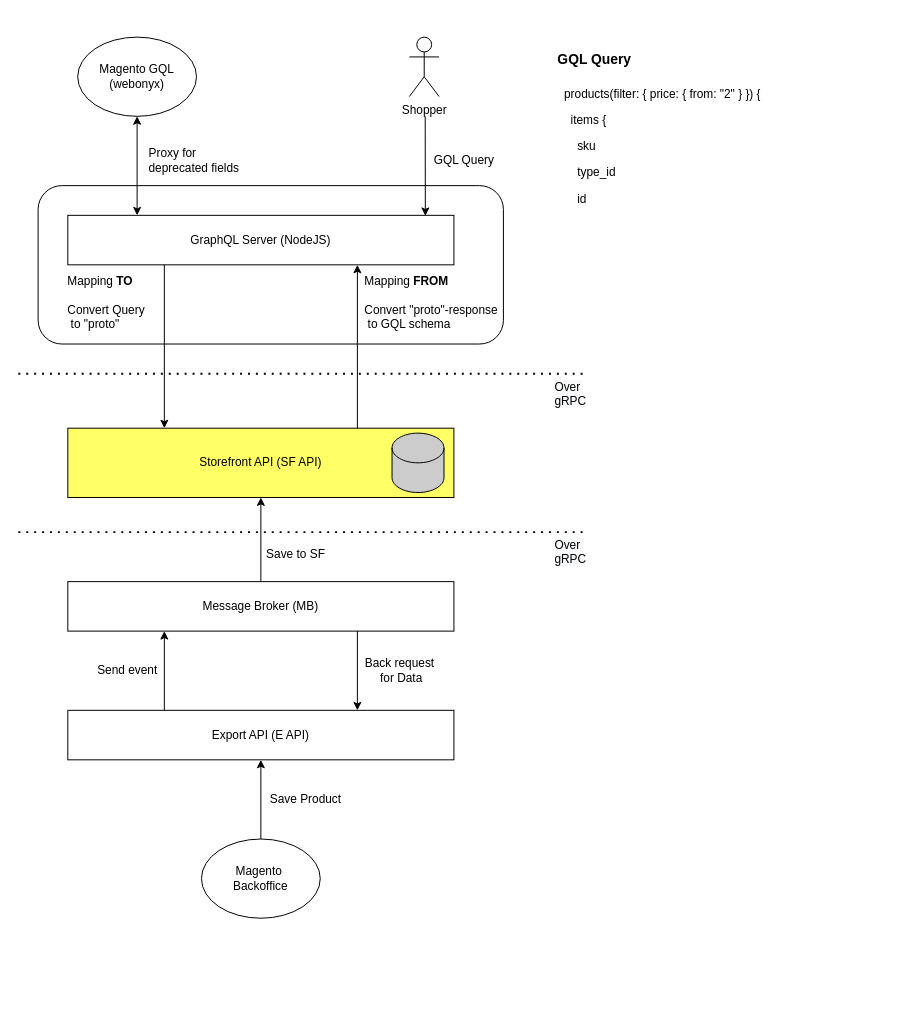
This is design-documents/graph-ql/storefront-services-diagram.drawio from mslabko/architecture, a draw.io file, before an edit. Source tidied: cells renumbered, new cells numbered last; positions are measured from the earlier drawing's top-left corner, leaving out a move shared by most shapes. Both pictures are drawn from the tidied source at 99%, with x=0, y=0 at pixel (18, 37).
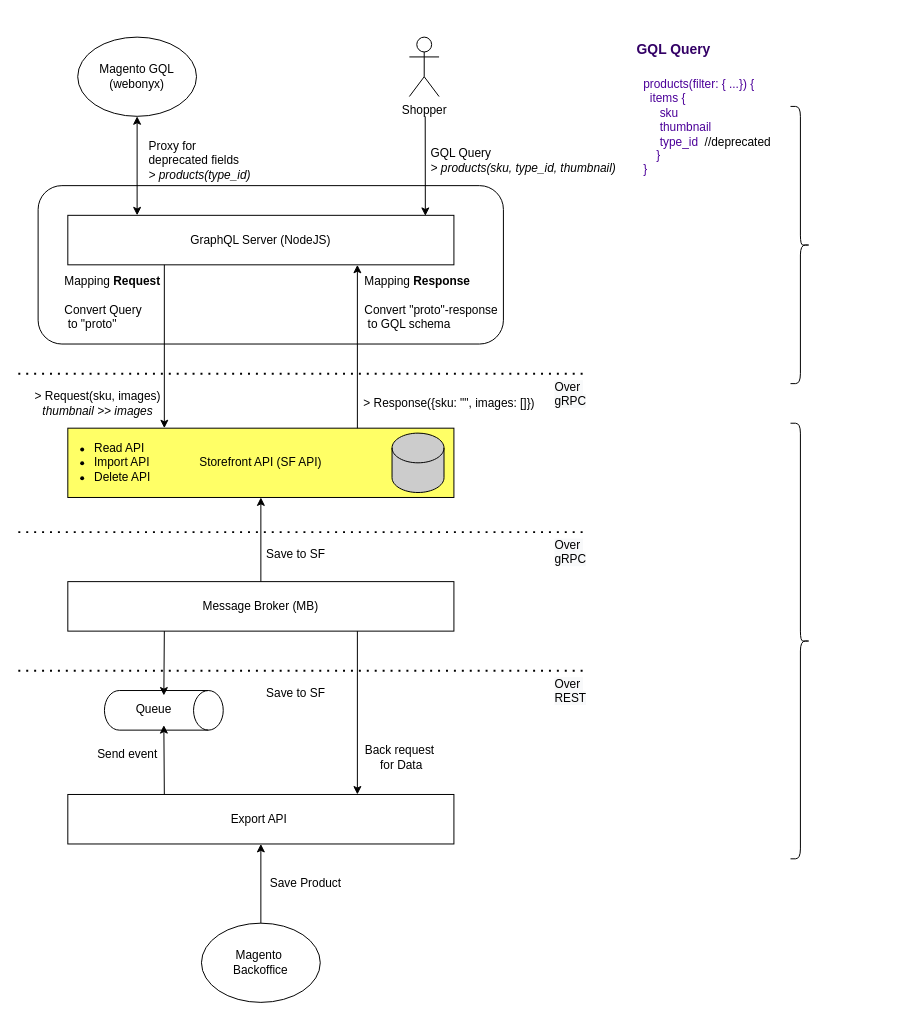
After the change.

Unchanged cells that the change refers to:
```xml
<mxCell id="5" value="Message Broker (MB)" style="rounded=0;whiteSpace=wrap;html=1;" parent="1" vertex="1">
  <mxGeometry x="50" y="550" width="390" height="50" as="geometry" />
</mxCell>
<mxCell id="28" style="group;" parent="1" vertex="1">
  <mxGeometry y="340" width="600" height="40" as="geometry" />
</mxCell>
```

The edit, as a diff of the source:
```diff
@@
-    <mxCell id="3" style="edgeStyle=orthogonalEdgeStyle;rounded=0;jettySize=auto;html=1;exitX=0.25;exitY=0;exitDx=0;exitDy=0;entryX=0.25;entryY=1;entryDx=0;entryDy=0;" parent="1" edge="1" source="4" target="5">
-      <mxGeometry relative="1" as="geometry" />
-    </mxCell>
-    <mxCell id="4" value="Export API (E API)" style="rounded=0;whiteSpace=wrap;html=1;" parent="1" vertex="1">
-      <mxGeometry x="50" y="680" width="390" height="50" as="geometry" />
+    <mxCell id="4" value="Export API&amp;nbsp;" style="rounded=0;whiteSpace=wrap;html=1;" parent="1" vertex="1">
+      <mxGeometry x="50" y="765" width="390" height="50" as="geometry" />
     </mxCell>
@@
-    <mxCell id="10" value="Mapping &lt;b&gt;TO&lt;br&gt;&lt;/b&gt;&lt;br&gt;Convert Query&lt;br&gt;&amp;nbsp;to &quot;proto&quot;&amp;nbsp;" style="text;html=1;align=left;verticalAlign=middle;" parent="1" vertex="1">
-      <mxGeometry x="48" y="238" width="90" height="60" as="geometry" />
+    <mxCell id="10" value="Mapping &lt;b&gt;Request&lt;br&gt;&lt;/b&gt;&lt;br&gt;Convert Query&lt;br&gt;&amp;nbsp;to &quot;proto&quot;&amp;nbsp;" style="text;html=1;align=left;verticalAlign=middle;" parent="1" vertex="1">
+      <mxGeometry x="45" y="238" width="110" height="60" as="geometry" />
     </mxCell>
-    <mxCell id="11" value="Mapping &lt;b&gt;FROM&lt;/b&gt;&lt;br&gt;&lt;br&gt;Convert &quot;proto&quot;-response&lt;br&gt;&amp;nbsp;to GQL schema&amp;nbsp;" style="text;html=1;align=left;verticalAlign=middle;" parent="1" vertex="1">
+    <mxCell id="11" value="Mapping &lt;b&gt;Response&lt;/b&gt;&lt;br&gt;&lt;br&gt;Convert &quot;proto&quot;-response&lt;br&gt;&amp;nbsp;to GQL schema&amp;nbsp;" style="text;html=1;align=left;verticalAlign=middle;" parent="1" vertex="1">
       <mxGeometry x="348" y="238" width="150" height="60" as="geometry" />
     </mxCell>
     <mxCell id="12" value="Send event" style="text;html=1;align=center;verticalAlign=middle;" parent="1" vertex="1">
-      <mxGeometry x="70" y="630" width="80" height="20" as="geometry" />
+      <mxGeometry x="70" y="715" width="80" height="20" as="geometry" />
     </mxCell>
@@
     <mxCell id="14" value="Back request&lt;br&gt;&amp;nbsp;for Data" style="text;html=1;align=center;verticalAlign=middle;" parent="1" vertex="1">
-      <mxGeometry x="340" y="625" width="90" height="30" as="geometry" />
+      <mxGeometry x="340" y="713" width="90" height="30" as="geometry" />
     </mxCell>
@@
-    <mxCell id="19" value="Proxy for&lt;br&gt;deprecated fields" style="text;html=1;align=left;verticalAlign=middle;" parent="1" vertex="1">
-      <mxGeometry x="130" y="110" width="110" height="30" as="geometry" />
+    <mxCell id="19" value="Proxy for&lt;br&gt;deprecated fields &lt;br&gt;&lt;i&gt;&amp;gt; products(type_id)&lt;/i&gt;" style="text;html=1;align=left;verticalAlign=middle;" parent="1" vertex="1">
+      <mxGeometry x="130" y="100" width="120" height="50" as="geometry" />
     </mxCell>
-    <mxCell id="20" value="GQL Query" style="text;html=1;align=center;verticalAlign=middle;" parent="1" vertex="1">
-      <mxGeometry x="410" y="115" width="80" height="20" as="geometry" />
+    <mxCell id="20" value="&lt;div style=&quot;text-align: left&quot;&gt;&lt;span&gt;GQL Query&lt;/span&gt;&lt;/div&gt;&lt;div style=&quot;text-align: left&quot;&gt;&lt;span&gt;&lt;i&gt;&amp;gt; products(sku, type_id, thumbnail)&lt;/i&gt;&lt;/span&gt;&lt;/div&gt;" style="text;html=1;align=center;verticalAlign=middle;" parent="1" vertex="1">
+      <mxGeometry x="410" y="110" width="200" height="30" as="geometry" />
     </mxCell>
-    <mxCell id="21" value="&lt;h1&gt;&lt;font style=&quot;font-size: 14px&quot;&gt;GQL Query&lt;/font&gt;&lt;/h1&gt;&lt;p&gt;&amp;nbsp; products(filter: { price: { from: &quot;2&quot; } }) {&lt;/p&gt;&lt;p&gt;&amp;nbsp; &amp;nbsp; items {&lt;/p&gt;&lt;p&gt;&amp;nbsp; &amp;nbsp; &amp;nbsp; sku&lt;/p&gt;&lt;p&gt;&amp;nbsp; &amp;nbsp; &amp;nbsp; type_id&lt;/p&gt;&lt;p&gt;&amp;nbsp; &amp;nbsp; &amp;nbsp; id&lt;/p&gt;" style="text;html=1;strokeColor=none;fillColor=none;spacing=5;spacingTop=-20;whiteSpace=wrap;overflow=hidden;rounded=0;" parent="1" vertex="1">
-      <mxGeometry x="540" width="260" height="230" as="geometry" />
+    <mxCell id="21" value="&lt;h1&gt;&lt;font style=&quot;font-size: 14px&quot; color=&quot;#330066&quot;&gt;GQL Query&lt;/font&gt;&lt;/h1&gt;&lt;p&gt;&lt;font color=&quot;#4c0099&quot;&gt;&amp;nbsp; products(filter: { ...}) {&lt;br&gt;&lt;/font&gt;&lt;span style=&quot;color: rgb(76 , 0 , 153)&quot;&gt;&amp;nbsp; &amp;nbsp; items {&lt;br&gt;&lt;/span&gt;&lt;span style=&quot;color: rgb(76 , 0 , 153)&quot;&gt;&amp;nbsp; &amp;nbsp; &amp;nbsp; &amp;nbsp;sku&lt;br&gt;&amp;nbsp; &amp;nbsp; &amp;nbsp; &amp;nbsp;thumbnail&lt;br&gt;&lt;/span&gt;&lt;font color=&quot;#4c0099&quot;&gt;&amp;nbsp; &amp;nbsp; &amp;nbsp; &amp;nbsp;type_id&amp;nbsp;&lt;/font&gt;&lt;span&gt;&amp;nbsp;//deprecated&lt;br&gt;&lt;/span&gt;&lt;span style=&quot;color: rgb(76 , 0 , 153)&quot;&gt;&amp;nbsp; &amp;nbsp; &amp;nbsp; }&lt;br&gt;&amp;nbsp; }&amp;nbsp;&lt;/span&gt;&lt;/p&gt;" style="text;html=1;strokeColor=none;fillColor=none;spacing=5;spacingTop=-20;whiteSpace=wrap;overflow=hidden;rounded=0;" parent="1" vertex="1">
+      <mxGeometry x="620" y="-10" width="260" height="230" as="geometry" />
     </mxCell>
     <mxCell id="22" value="Magento&amp;nbsp;&lt;br&gt;Backoffice" style="ellipse;whiteSpace=wrap;html=1;" parent="1" vertex="1">
-      <mxGeometry x="185" y="810" width="120" height="80" as="geometry" />
+      <mxGeometry x="185" y="895" width="120" height="80" as="geometry" />
     </mxCell>
     <mxCell id="23" style="group;" parent="1" vertex="1">
-      <mxGeometry x="245" y="760" width="90" height="20" as="geometry" />
+      <mxGeometry x="245" y="845" width="90" height="20" as="geometry" />
     </mxCell>
@@
+    <mxCell id="36" value="&amp;gt; Request(sku, images)&lt;br&gt;&lt;i style=&quot;text-align: left&quot;&gt;thumbnail &amp;gt;&amp;gt; images&lt;/i&gt;" style="text;html=1;align=center;verticalAlign=middle;" parent="28" vertex="1">
+      <mxGeometry x="10" y="15" width="140" height="30" as="geometry" />
+    </mxCell>
+    <mxCell id="37" value="&amp;gt; Response({sku: &quot;&quot;, images: []})&lt;br&gt;" style="text;html=1;align=center;verticalAlign=middle;" parent="28" vertex="1">
+      <mxGeometry x="340" y="20" width="190" height="20" as="geometry" />
+    </mxCell>
@@
+    <mxCell id="38" style="group;" parent="1" vertex="1">
+      <mxGeometry y="640" width="600" height="40" as="geometry" />
+    </mxCell>
+    <mxCell id="39" value="&lt;span style=&quot;color: rgb(0 , 0 , 0) ; font-family: &amp;#34;helvetica&amp;#34; ; font-size: 12px ; font-style: normal ; font-weight: 400 ; letter-spacing: normal ; text-align: left ; text-indent: 0px ; text-transform: none ; word-spacing: 0px ; background-color: rgb(248 , 249 , 250) ; display: inline ; float: none&quot;&gt;Over&amp;nbsp;&lt;/span&gt;&lt;br style=&quot;color: rgb(0 , 0 , 0) ; font-family: &amp;#34;helvetica&amp;#34; ; font-size: 12px ; font-style: normal ; font-weight: 400 ; letter-spacing: normal ; text-align: left ; text-indent: 0px ; text-transform: none ; word-spacing: 0px&quot;&gt;&lt;span style=&quot;color: rgb(0 , 0 , 0) ; font-family: &amp;#34;helvetica&amp;#34; ; font-size: 12px ; font-style: normal ; font-weight: 400 ; letter-spacing: normal ; text-align: left ; text-indent: 0px ; text-transform: none ; word-spacing: 0px ; background-color: rgb(248 , 249 , 250) ; display: inline ; float: none&quot;&gt;REST&lt;/span&gt;" style="text;whiteSpace=wrap;html=1;" parent="38" vertex="1">
+      <mxGeometry x="540" width="60" height="40" as="geometry" />
+    </mxCell>
+    <mxCell id="40" style="endArrow=none;dashed=1;html=1;dashPattern=1 3;strokeWidth=2;entryX=0.5;entryY=0;entryDx=0;entryDy=0;" parent="38" edge="1" target="39">
+      <mxGeometry relative="1" as="geometry">
+        <mxPoint as="sourcePoint" />
+      </mxGeometry>
+    </mxCell>
+    <mxCell id="41" style="group;" parent="38" vertex="1">
+      <mxGeometry x="240" y="-20" width="80" height="52.6" as="geometry" />
+    </mxCell>
+    <mxCell id="42" value="Save to SF&lt;br&gt;" style="text;html=1;align=center;verticalAlign=middle;" parent="41" vertex="1">
+      <mxGeometry x="5.3" y="32.6" width="70" height="20" as="geometry" />
+    </mxCell>
+    <mxCell id="43" value="&lt;ul&gt;&lt;li&gt;Read API&amp;nbsp;&lt;/li&gt;&lt;li&gt;Import API&lt;/li&gt;&lt;li&gt;Delete API&lt;/li&gt;&lt;/ul&gt;" style="text;strokeColor=none;fillColor=none;html=1;whiteSpace=wrap;verticalAlign=middle;overflow=hidden;" parent="1" vertex="1">
+      <mxGeometry x="35" y="390" width="105" height="80" as="geometry" />
+    </mxCell>
+    <mxCell id="44" style="group;" parent="1" vertex="1">
+      <mxGeometry x="87" y="660" width="120" height="40" as="geometry" />
+    </mxCell>
+    <mxCell id="45" style="shape=cylinder2;whiteSpace=wrap;html=1;boundedLbl=1;backgroundOutline=1;size=15;fillColor=#FFFFFF;rotation=90;" parent="44" vertex="1">
+      <mxGeometry x="40" y="-40" width="40" height="120" as="geometry" />
+    </mxCell>
+    <mxCell id="46" value="&lt;span style=&quot;color: rgb(0, 0, 0); font-family: helvetica; font-size: 12px; font-style: normal; font-weight: 400; letter-spacing: normal; text-align: center; text-indent: 0px; text-transform: none; word-spacing: 0px; background-color: rgb(255, 255, 255); display: inline; float: none;&quot;&gt;Queue&lt;/span&gt;" style="text;whiteSpace=wrap;html=1;" parent="44" vertex="1">
+      <mxGeometry x="30" y="5" width="60" height="30" as="geometry" />
+    </mxCell>
+    <mxCell id="47" style="endArrow=classic;html=1;entryX=0.5;entryY=1;entryDx=0;entryDy=0;exitX=0.25;exitY=0;exitDx=0;exitDy=0;" parent="1" edge="1" source="4" target="46">
+      <mxGeometry relative="1" as="geometry" />
+    </mxCell>
+    <mxCell id="48" style="endArrow=classic;html=1;entryX=0.5;entryY=0;entryDx=0;entryDy=0;exitX=0.25;exitY=1;exitDx=0;exitDy=0;" parent="1" edge="1" source="5" target="46">
+      <mxGeometry relative="1" as="geometry" />
+    </mxCell>
+    <mxCell id="49" style="shape=curlyBracket;whiteSpace=wrap;html=1;rounded=1;fillColor=#FFFFFF;direction=west;" parent="1" vertex="1">
+      <mxGeometry x="780" y="70" width="20" height="280" as="geometry" />
+    </mxCell>
+    <mxCell id="50" style="shape=curlyBracket;whiteSpace=wrap;html=1;rounded=1;fillColor=#FFFFFF;direction=west;" parent="1" vertex="1">
+      <mxGeometry x="780" y="390" width="20" height="440" as="geometry" />
+    </mxCell>
```
